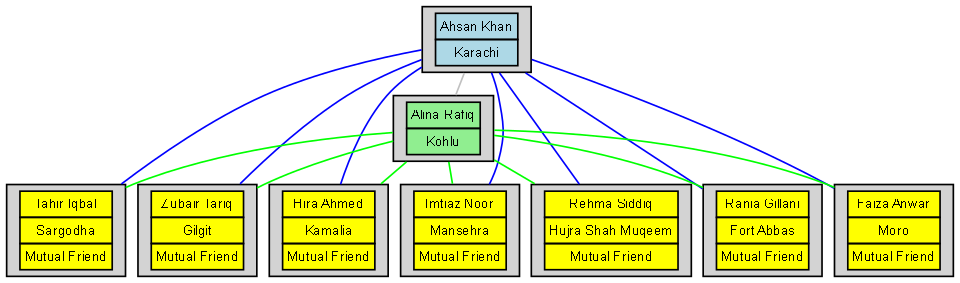
Fasih0956/Social-Networking-App- keeps this Graphviz diagram as assets/graph.png. Above is the earlier version. Its source is kept beside it as assets/graph.dot.
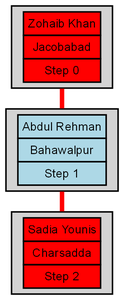
Above is the later version.

Change to the diagram source:
```diff
@@ -4,29 +4,10 @@
     ranksep=0.2;
     node [shape=box, style=filled, fontname="Arial", fontsize=8];
 
-    "User_1" [label=<<TABLE BORDER="0" CELLBORDER="1" CELLSPACING="0" CELLPADDING="2" BGCOLOR="lightblue"><TR><TD>Ahsan Khan</TD></TR><TR><TD>Karachi</TD></TR></TABLE>>];
-    "User_76" [label=<<TABLE BORDER="0" CELLBORDER="1" CELLSPACING="0" CELLPADDING="2" BGCOLOR="lightgreen"><TR><TD>Alina Rafiq</TD></TR><TR><TD>Kohlu</TD></TR></TABLE>>];
-    "User_13" [label=<<TABLE BORDER="0" CELLBORDER="1" CELLSPACING="0" CELLPADDING="2" BGCOLOR="yellow"><TR><TD>Tahir Iqbal</TD></TR><TR><TD>Sargodha</TD></TR><TR><TD>Mutual Friend</TD></TR></TABLE>>];
-    "User_43" [label=<<TABLE BORDER="0" CELLBORDER="1" CELLSPACING="0" CELLPADDING="2" BGCOLOR="yellow"><TR><TD>Zubair Tariq</TD></TR><TR><TD>Gilgit</TD></TR><TR><TD>Mutual Friend</TD></TR></TABLE>>];
-    "User_53" [label=<<TABLE BORDER="0" CELLBORDER="1" CELLSPACING="0" CELLPADDING="2" BGCOLOR="yellow"><TR><TD>Hira Ahmed</TD></TR><TR><TD>Kamalia</TD></TR><TR><TD>Mutual Friend</TD></TR></TABLE>>];
-    "User_47" [label=<<TABLE BORDER="0" CELLBORDER="1" CELLSPACING="0" CELLPADDING="2" BGCOLOR="yellow"><TR><TD>Imtiaz Noor</TD></TR><TR><TD>Mansehra</TD></TR><TR><TD>Mutual Friend</TD></TR></TABLE>>];
-    "User_86" [label=<<TABLE BORDER="0" CELLBORDER="1" CELLSPACING="0" CELLPADDING="2" BGCOLOR="yellow"><TR><TD>Rehma Siddiq</TD></TR><TR><TD>Hujra Shah Muqeem</TD></TR><TR><TD>Mutual Friend</TD></TR></TABLE>>];
-    "User_87" [label=<<TABLE BORDER="0" CELLBORDER="1" CELLSPACING="0" CELLPADDING="2" BGCOLOR="yellow"><TR><TD>Rania Gillani</TD></TR><TR><TD>Fort Abbas</TD></TR><TR><TD>Mutual Friend</TD></TR></TABLE>>];
-    "User_95" [label=<<TABLE BORDER="0" CELLBORDER="1" CELLSPACING="0" CELLPADDING="2" BGCOLOR="yellow"><TR><TD>Faiza Anwar</TD></TR><TR><TD>Moro</TD></TR><TR><TD>Mutual Friend</TD></TR></TABLE>>];
+    "User_32" [label=<<TABLE BORDER="0" CELLBORDER="1" CELLSPACING="0" CELLPADDING="2" BGCOLOR="red"><TR><TD>Zohaib Khan</TD></TR><TR><TD>Jacobabad</TD></TR><TR><TD>Step 0</TD></TR></TABLE>>];
+    "User_12" [label=<<TABLE BORDER="0" CELLBORDER="1" CELLSPACING="0" CELLPADDING="2" BGCOLOR="lightblue"><TR><TD>Abdul Rehman</TD></TR><TR><TD>Bahawalpur</TD></TR><TR><TD>Step 1</TD></TR></TABLE>>];
+    "User_75" [label=<<TABLE BORDER="0" CELLBORDER="1" CELLSPACING="0" CELLPADDING="2" BGCOLOR="red"><TR><TD>Sadia Younis</TD></TR><TR><TD>Charsadda</TD></TR><TR><TD>Step 2</TD></TR></TABLE>>];
 
-    "User_1" -- "User_86" [color=blue];
-    "User_1" -- "User_76" [color=gray];
-    "User_1" -- "User_43" [color=blue];
-    "User_1" -- "User_13" [color=blue];
-    "User_1" -- "User_47" [color=blue];
-    "User_1" -- "User_53" [color=blue];
-    "User_1" -- "User_87" [color=blue];
-    "User_1" -- "User_95" [color=blue];
-    "User_76" -- "User_13" [color=green];
-    "User_76" -- "User_43" [color=green];
-    "User_76" -- "User_53" [color=green];
-    "User_76" -- "User_47" [color=green];
-    "User_76" -- "User_86" [color=green];
-    "User_76" -- "User_87" [color=green];
-    "User_76" -- "User_95" [color=green];
+    "User_32" -- "User_12" [color=red, penwidth=3];
+    "User_12" -- "User_75" [color=red, penwidth=3];
 }
```
